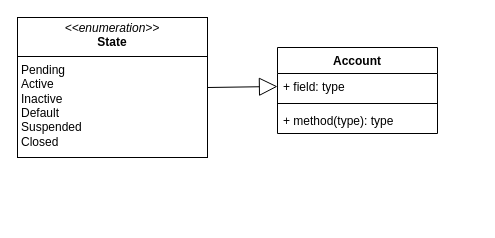
This is page "Page-3" (3 of 3) of workshop6_week7.drawio from antonykimuom/SWEN30006-2025-SM1-workshop1-tuew05-14-00-team-12, a draw.io file, before an edit. Source tidied: cells renumbered, new cells numbered last; positions are measured from the earlier drawing's top-left corner, leaving out a move shared by most shapes. Both pictures are drawn from the tidied source at 100%, with x=0, y=0 at pixel (17, 17).
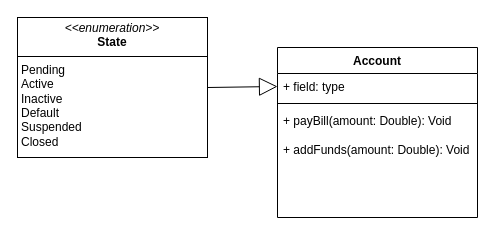
The same diagram, later.

The edit, as a diff of the source:
```diff
@@
 <mxGraphModel>
   <root>
     <mxCell id="0" />
     <mxCell id="1" parent="0" />
     <mxCell id="2" value="Account" style="swimlane;fontStyle=1;align=center;verticalAlign=top;horizontal=1;startSize=26;whiteSpace=wrap;html=1;" parent="1" vertex="1">
-      <mxGeometry x="260" y="30" width="160" height="86" as="geometry" />
+      <mxGeometry x="260" y="30" width="200" height="170" as="geometry" />
     </mxCell>
     <mxCell id="3" value="+ field: type" style="text;strokeColor=none;fillColor=none;align=left;verticalAlign=top;spacingLeft=4;spacingRight=4;overflow=hidden;points=[[0,0.5],[1,0.5]];portConstraint=eastwest;whiteSpace=wrap;html=1;" parent="2" vertex="1">
-      <mxGeometry y="26" width="160" height="26" as="geometry" />
+      <mxGeometry y="26" width="200" height="26" as="geometry" />
     </mxCell>
     <mxCell id="4" style="line;strokeWidth=1;fillColor=none;align=left;verticalAlign=middle;spacingTop=-1;spacingLeft=3;spacingRight=3;labelPosition=right;strokeColor=inherit;" parent="2" vertex="1">
-      <mxGeometry y="52" width="160" height="8" as="geometry" />
+      <mxGeometry y="52" width="200" height="8" as="geometry" />
     </mxCell>
-    <mxCell id="5" value="+ method(type): type" style="text;strokeColor=none;fillColor=none;align=left;verticalAlign=top;spacingLeft=4;spacingRight=4;overflow=hidden;whiteSpace=wrap;html=1;" parent="2" vertex="1">
-      <mxGeometry y="60" width="160" height="26" as="geometry" />
+    <mxCell id="5" value="+ payBill(amount: Double): Void&lt;div&gt;&lt;br&gt;&lt;/div&gt;&lt;div&gt;+ addFunds(amount: Double): Void&lt;/div&gt;" style="text;strokeColor=none;fillColor=none;align=left;verticalAlign=top;spacingLeft=4;spacingRight=4;overflow=hidden;whiteSpace=wrap;html=1;" parent="2" vertex="1">
+      <mxGeometry y="60" width="200" height="110" as="geometry" />
     </mxCell>
     <mxCell id="6" value="&lt;p style=&quot;margin:0px;margin-top:4px;text-align:center;&quot;&gt;&lt;i&gt;&amp;lt;&amp;lt;enumeration&amp;gt;&amp;gt;&lt;/i&gt;&lt;br&gt;&lt;b&gt;State&lt;/b&gt;&lt;/p&gt;&lt;hr size=&quot;1&quot; style=&quot;border-style:solid;&quot;&gt;&lt;p style=&quot;margin:0px;margin-left:4px;&quot;&gt;Pending&lt;/p&gt;&lt;p style=&quot;margin:0px;margin-left:4px;&quot;&gt;Active&lt;/p&gt;&lt;p style=&quot;margin:0px;margin-left:4px;&quot;&gt;Inactive&lt;/p&gt;&lt;p style=&quot;margin:0px;margin-left:4px;&quot;&gt;Default&lt;/p&gt;&lt;p style=&quot;margin:0px;margin-left:4px;&quot;&gt;Suspended&lt;/p&gt;&lt;p style=&quot;margin:0px;margin-left:4px;&quot;&gt;Closed&lt;/p&gt;&lt;p style=&quot;margin:0px;margin-left:4px;&quot;&gt;&lt;br&gt;&lt;/p&gt;" style="verticalAlign=top;align=left;overflow=fill;html=1;whiteSpace=wrap;" parent="1" vertex="1">
       <mxGeometry width="190" height="140" as="geometry" />
     </mxCell>
     <mxCell id="7" style="endArrow=block;endSize=16;endFill=0;html=1;rounded=0;exitX=1;exitY=0.5;exitDx=0;exitDy=0;entryX=0;entryY=0.5;entryDx=0;entryDy=0;" parent="1" edge="1" source="6" target="3">
       <mxGeometry relative="1" as="geometry" />
     </mxCell>
   </root>
 </mxGraphModel>
```
